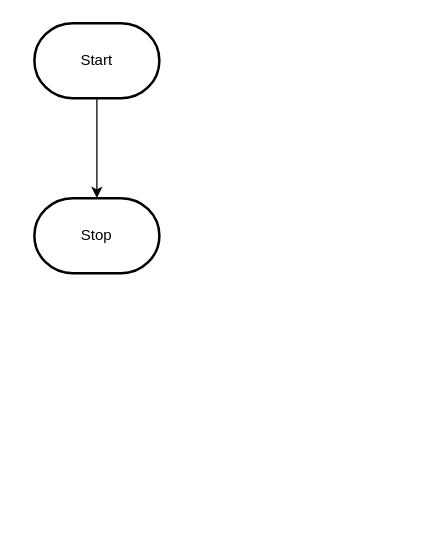
This is design/flowchart.drawio from MTHS-ICD2O-1-2023/ICD2O-Unit-5-05-pablo-fiallos-granados, a draw.io file, before an edit. Source tidied: cells renumbered, new cells numbered last; positions are measured from the earlier drawing's top-left corner, leaving out a move shared by most shapes. Both pictures are drawn from the tidied source at 125%, with x=0, y=0 at pixel (34, 22).
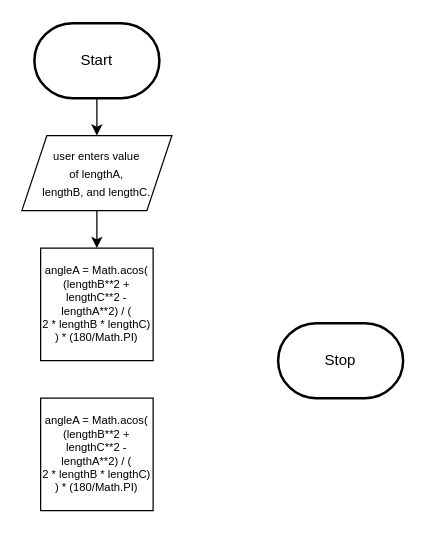
The same diagram, later.

Commit message (it also covers changes not shown here):
started on flowchart

Change to the diagram source:
```diff
@@
 <mxGraphModel>
   <root>
     <mxCell id="0" />
     <mxCell id="1" parent="0" />
-    <mxCell id="2" style="edgeStyle=orthogonalEdgeStyle;html=1;rounded=0;" parent="1" edge="1" source="3" target="4">
+    <mxCell id="2" style="edgeStyle=orthogonalEdgeStyle;html=1;rounded=0;entryX=0.5;entryY=0;entryDx=0;entryDy=0;" parent="1" edge="1" source="3" target="6">
       <mxGeometry relative="1" as="geometry" />
     </mxCell>
     <mxCell id="3" value="Start" style="strokeWidth=2;html=1;shape=mxgraph.flowchart.terminator;whiteSpace=wrap;" parent="1" vertex="1">
       <mxGeometry width="100" height="60" as="geometry" />
     </mxCell>
     <mxCell id="4" value="Stop" style="strokeWidth=2;html=1;shape=mxgraph.flowchart.terminator;whiteSpace=wrap;" parent="1" vertex="1">
-      <mxGeometry y="140" width="100" height="60" as="geometry" />
+      <mxGeometry x="195" y="240" width="100" height="60" as="geometry" />
     </mxCell>
+    <mxCell id="5" style="edgeStyle=none;html=1;exitX=0.5;exitY=1;exitDx=0;exitDy=0;entryX=0.5;entryY=0;entryDx=0;entryDy=0;fontSize=9;" parent="1" edge="1" source="6" target="7">
+      <mxGeometry relative="1" as="geometry" />
+    </mxCell>
+    <mxCell id="6" value="&lt;font style=&quot;font-size: 9px;&quot;&gt;user enters value&lt;br&gt;of lengthA, &lt;br&gt;lengthB, and lengthC.&lt;/font&gt;" style="shape=parallelogram;perimeter=parallelogramPerimeter;whiteSpace=wrap;html=1;fixedSize=1;" parent="1" vertex="1">
+      <mxGeometry x="-10" y="90" width="120" height="60" as="geometry" />
+    </mxCell>
+    <mxCell id="7" value="&lt;font style=&quot;font-size: 9px;&quot;&gt;angleA = Math.acos(&lt;br&gt;(lengthB**2 + lengthC**2 - lengthA**2) / (&lt;br&gt;2 * lengthB * lengthC)&lt;br&gt;) * (180/Math.PI)&lt;/font&gt;" style="whiteSpace=wrap;html=1;fontSize=9;" parent="1" vertex="1">
+      <mxGeometry x="5" y="180" width="90" height="90" as="geometry" />
+    </mxCell>
+    <mxCell id="8" value="&lt;font style=&quot;font-size: 9px;&quot;&gt;angleA = Math.acos(&lt;br&gt;(lengthB**2 + lengthC**2 - lengthA**2) / (&lt;br&gt;2 * lengthB * lengthC)&lt;br&gt;) * (180/Math.PI)&lt;/font&gt;" style="whiteSpace=wrap;html=1;fontSize=9;" parent="1" vertex="1">
+      <mxGeometry x="5" y="300" width="90" height="90" as="geometry" />
+    </mxCell>
   </root>
 </mxGraphModel>
```
